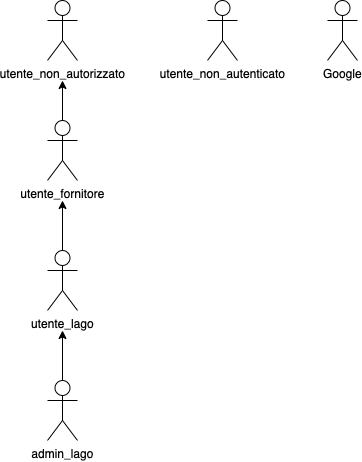
Before: immagini/usecase/attori.png, a diagram exported from draw.io (br3sc4/Thesis-template). Source tidied: cells renumbered, new cells last; positions are measured from the earlier drawing's top-left corner, leaving out a move shared by most shapes. Its diagram source:
```xml
<mxGraphModel>
  <root>
    <mxCell id="0" />
    <mxCell id="1" parent="0" />
    <mxCell id="2" style="edgeStyle=orthogonalEdgeStyle;rounded=0;jettySize=auto;html=1;exitX=0.5;exitY=0;exitDx=0;exitDy=0;exitPerimeter=0;" parent="1" edge="1" source="3">
      <mxGeometry relative="1" as="geometry">
        <mxPoint x="15" y="200" as="targetPoint" />
      </mxGeometry>
    </mxCell>
    <mxCell id="3" value="utente_lago" style="shape=umlActor;verticalLabelPosition=bottom;verticalAlign=top;html=1;outlineConnect=0;" parent="1" vertex="1">
      <mxGeometry y="250" width="30" height="60" as="geometry" />
    </mxCell>
    <mxCell id="4" style="edgeStyle=orthogonalEdgeStyle;rounded=0;jettySize=auto;html=1;exitX=0.5;exitY=0;exitDx=0;exitDy=0;exitPerimeter=0;" parent="1" edge="1" source="5">
      <mxGeometry relative="1" as="geometry">
        <mxPoint x="15" y="80" as="targetPoint" />
      </mxGeometry>
    </mxCell>
    <mxCell id="5" value="utente_fornitore" style="shape=umlActor;verticalLabelPosition=bottom;verticalAlign=top;html=1;outlineConnect=0;" parent="1" vertex="1">
      <mxGeometry y="120" width="30" height="60" as="geometry" />
    </mxCell>
    <mxCell id="6" value="utente_non_autorizzato" style="shape=umlActor;verticalLabelPosition=bottom;verticalAlign=top;html=1;horizontal=1;labelPosition=center;align=center;" parent="1" vertex="1">
      <mxGeometry width="30" height="60" as="geometry" />
    </mxCell>
    <mxCell id="7" style="edgeStyle=orthogonalEdgeStyle;rounded=0;jettySize=auto;html=1;exitX=0.5;exitY=0;exitDx=0;exitDy=0;exitPerimeter=0;" parent="1" edge="1" source="8">
      <mxGeometry relative="1" as="geometry">
        <mxPoint x="15" y="330" as="targetPoint" />
      </mxGeometry>
    </mxCell>
    <mxCell id="8" value="admin_lago" style="shape=umlActor;verticalLabelPosition=bottom;verticalAlign=top;html=1;outlineConnect=0;" parent="1" vertex="1">
      <mxGeometry y="380" width="30" height="60" as="geometry" />
    </mxCell>
    <mxCell id="9" value="utente_non_autenticato" style="shape=umlActor;verticalLabelPosition=bottom;verticalAlign=top;html=1;" parent="1" vertex="1">
      <mxGeometry x="160" width="30" height="60" as="geometry" />
    </mxCell>
    <mxCell id="10" value="Google" style="shape=umlActor;verticalLabelPosition=bottom;verticalAlign=top;html=1;" parent="1" vertex="1">
      <mxGeometry x="280" width="30" height="60" as="geometry" />
    </mxCell>
  </root>
</mxGraphModel>
```
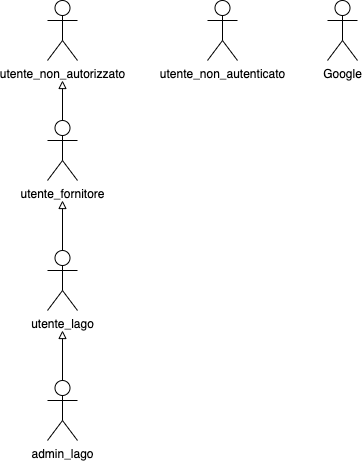
The same diagram one commit later.

Diff of the diagram source:
```diff
@@ -2,7 +2,7 @@
   <root>
     <mxCell id="0" />
     <mxCell id="1" parent="0" />
-    <mxCell id="2" style="edgeStyle=orthogonalEdgeStyle;rounded=0;jettySize=auto;html=1;exitX=0.5;exitY=0;exitDx=0;exitDy=0;exitPerimeter=0;" parent="1" edge="1" source="3">
+    <mxCell id="2" style="edgeStyle=orthogonalEdgeStyle;rounded=0;jettySize=auto;html=1;exitX=0.5;exitY=0;exitDx=0;exitDy=0;exitPerimeter=0;endArrow=block;endFill=0;" parent="1" edge="1" source="3">
       <mxGeometry relative="1" as="geometry">
         <mxPoint x="15" y="200" as="targetPoint" />
       </mxGeometry>
@@ -10,7 +10,7 @@
     <mxCell id="3" value="utente_lago" style="shape=umlActor;verticalLabelPosition=bottom;verticalAlign=top;html=1;outlineConnect=0;" parent="1" vertex="1">
       <mxGeometry y="250" width="30" height="60" as="geometry" />
     </mxCell>
-    <mxCell id="4" style="edgeStyle=orthogonalEdgeStyle;rounded=0;jettySize=auto;html=1;exitX=0.5;exitY=0;exitDx=0;exitDy=0;exitPerimeter=0;" parent="1" edge="1" source="5">
+    <mxCell id="4" style="edgeStyle=orthogonalEdgeStyle;rounded=0;jettySize=auto;html=1;exitX=0.5;exitY=0;exitDx=0;exitDy=0;exitPerimeter=0;endArrow=block;endFill=0;" parent="1" edge="1" source="5">
       <mxGeometry relative="1" as="geometry">
         <mxPoint x="15" y="80" as="targetPoint" />
       </mxGeometry>
@@ -21,7 +21,7 @@
     <mxCell id="6" value="utente_non_autorizzato" style="shape=umlActor;verticalLabelPosition=bottom;verticalAlign=top;html=1;horizontal=1;labelPosition=center;align=center;" parent="1" vertex="1">
       <mxGeometry width="30" height="60" as="geometry" />
     </mxCell>
-    <mxCell id="7" style="edgeStyle=orthogonalEdgeStyle;rounded=0;jettySize=auto;html=1;exitX=0.5;exitY=0;exitDx=0;exitDy=0;exitPerimeter=0;" parent="1" edge="1" source="8">
+    <mxCell id="7" style="edgeStyle=orthogonalEdgeStyle;rounded=0;jettySize=auto;html=1;exitX=0.5;exitY=0;exitDx=0;exitDy=0;exitPerimeter=0;endArrow=block;endFill=0;" parent="1" edge="1" source="8">
       <mxGeometry relative="1" as="geometry">
         <mxPoint x="15" y="330" as="targetPoint" />
       </mxGeometry>
```
